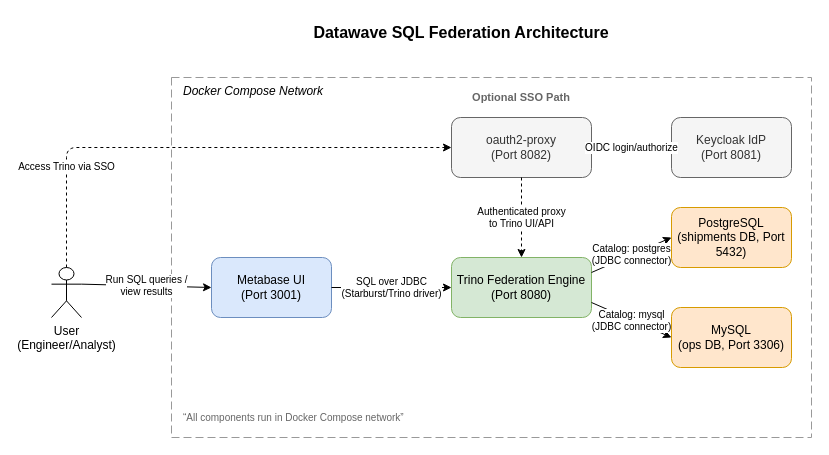
Above: screenshots/Architecture.drawio in nilanjan-nandi2910/datawave-sql-federation (draw.io), before the change. Source tidied: cells renumbered, new cells numbered last; positions are measured from the earlier drawing's top-left corner, leaving out a move shared by most shapes. Both pictures are drawn from the tidied source at 100%, with x=0, y=0 at pixel (51, 17).
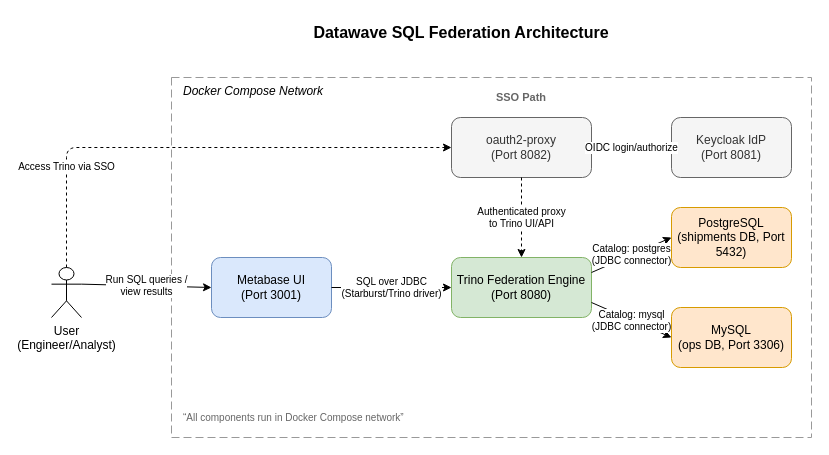
The same page after the edit.

Diff of the diagram source:
```diff
@@
 <mxGraphModel>
   <root>
     <mxCell id="0" />
     <mxCell id="1" parent="0" />
     <mxCell id="2" value="Datawave SQL Federation Architecture" style="text;html=1;strokeColor=none;fillColor=none;align=center;verticalAlign=middle;whiteSpace=wrap;rounded=0;fontSize=16;fontStyle=1;" parent="1" vertex="1">
       <mxGeometry x="110" width="600" height="30" as="geometry" />
     </mxCell>
     <mxCell id="3" value="Docker Compose Network" style="rounded=0;whiteSpace=wrap;html=1;fillColor=none;dashed=1;dashPattern=8 4;strokeColor=#999999;verticalAlign=top;align=left;spacingLeft=10;fontSize=12;fontStyle=2;" parent="1" vertex="1">
       <mxGeometry x="120" y="60" width="640" height="360" as="geometry" />
     </mxCell>
     <mxCell id="4" value="User&#10;(Engineer/Analyst)" style="shape=umlActor;verticalLabelPosition=bottom;verticalAlign=top;html=1;outlineConnect=0;" parent="1" vertex="1">
       <mxGeometry y="250" width="30" height="50" as="geometry" />
     </mxCell>
     <mxCell id="5" value="Metabase UI&#10;(Port 3001)" style="rounded=1;whiteSpace=wrap;html=1;fillColor=#dae8fc;strokeColor=#6c8ebf;" parent="1" vertex="1">
       <mxGeometry x="160" y="240" width="120" height="60" as="geometry" />
     </mxCell>
     <mxCell id="6" value="Trino Federation Engine&#10;(Port 8080)" style="rounded=1;whiteSpace=wrap;html=1;fillColor=#d5e8d4;strokeColor=#82b366;" parent="1" vertex="1">
       <mxGeometry x="400" y="240" width="140" height="60" as="geometry" />
     </mxCell>
     <mxCell id="7" value="PostgreSQL&#10;(shipments DB, Port 5432)" style="rounded=1;whiteSpace=wrap;html=1;fillColor=#ffe6cc;strokeColor=#d79b00;" parent="1" vertex="1">
       <mxGeometry x="620" y="190" width="120" height="60" as="geometry" />
     </mxCell>
     <mxCell id="8" value="MySQL&#10;(ops DB, Port 3306)" style="rounded=1;whiteSpace=wrap;html=1;fillColor=#ffe6cc;strokeColor=#d79b00;" parent="1" vertex="1">
       <mxGeometry x="620" y="290" width="120" height="60" as="geometry" />
     </mxCell>
     <mxCell id="9" value="oauth2-proxy&#10;(Port 8082)" style="rounded=1;whiteSpace=wrap;html=1;fillColor=#f5f5f5;strokeColor=#666666;fontColor=#333333;" parent="1" vertex="1">
       <mxGeometry x="400" y="100" width="140" height="60" as="geometry" />
     </mxCell>
     <mxCell id="10" value="Keycloak IdP&#10;(Port 8081)" style="rounded=1;whiteSpace=wrap;html=1;fillColor=#f5f5f5;strokeColor=#666666;fontColor=#333333;" parent="1" vertex="1">
       <mxGeometry x="620" y="100" width="120" height="60" as="geometry" />
     </mxCell>
     <mxCell id="11" value="Run SQL queries /&#10;view results" style="endArrow=classic;html=1;exitX=1;exitY=0.333;exitDx=0;exitDy=0;exitPerimeter=0;entryX=0;entryY=0.5;entryDx=0;entryDy=0;fontSize=10;" parent="1" edge="1" source="4" target="5">
       <mxGeometry relative="1" as="geometry" />
     </mxCell>
     <mxCell id="12" value="SQL over JDBC&#10;(Starburst/Trino driver)" style="endArrow=classic;html=1;exitX=1;exitY=0.5;exitDx=0;exitDy=0;entryX=0;entryY=0.5;entryDx=0;entryDy=0;fontSize=10;" parent="1" edge="1" source="5" target="6">
       <mxGeometry relative="1" as="geometry" />
     </mxCell>
     <mxCell id="13" value="Catalog: postgres&#10;(JDBC connector)" style="endArrow=classic;html=1;exitX=1;exitY=0.25;exitDx=0;exitDy=0;entryX=0;entryY=0.5;entryDx=0;entryDy=0;fontSize=10;" parent="1" edge="1" source="6" target="7">
       <mxGeometry relative="1" as="geometry" />
     </mxCell>
     <mxCell id="14" value="Catalog: mysql&#10;(JDBC connector)" style="endArrow=classic;html=1;exitX=1;exitY=0.75;exitDx=0;exitDy=0;entryX=0;entryY=0.5;entryDx=0;entryDy=0;fontSize=10;" parent="1" edge="1" source="6" target="8">
       <mxGeometry relative="1" as="geometry" />
     </mxCell>
     <mxCell id="15" value="Access Trino via SSO" style="endArrow=classic;html=1;dashed=1;exitX=0.5;exitY=0;exitDx=0;exitDy=0;exitPerimeter=0;entryX=0;entryY=0.5;entryDx=0;entryDy=0;fontSize=10;edgeStyle=orthogonalEdgeStyle;" parent="1" edge="1" source="4" target="9">
       <mxGeometry x="-0.6" relative="1" as="geometry" />
     </mxCell>
     <mxCell id="16" value="OIDC login/authorize" style="endArrow=classic;html=1;dashed=1;exitX=1;exitY=0.5;exitDx=0;exitDy=0;entryX=0;entryY=0.5;entryDx=0;entryDy=0;fontSize=10;" parent="1" edge="1" source="9" target="10">
       <mxGeometry relative="1" as="geometry" />
     </mxCell>
     <mxCell id="17" value="Authenticated proxy&#10;to Trino UI/API" style="endArrow=classic;html=1;dashed=1;exitX=0.5;exitY=1;exitDx=0;exitDy=0;entryX=0.5;entryY=0;entryDx=0;entryDy=0;fontSize=10;" parent="1" edge="1" source="9" target="6">
       <mxGeometry relative="1" as="geometry" />
     </mxCell>
     <mxCell id="18" value="“All components run in Docker Compose network”" style="text;html=1;strokeColor=none;fillColor=none;align=left;verticalAlign=middle;whiteSpace=wrap;rounded=0;fontSize=10;fontColor=#666666;" parent="1" vertex="1">
       <mxGeometry x="130" y="390" width="250" height="20" as="geometry" />
     </mxCell>
-    <mxCell id="19" value="Optional SSO Path" style="text;html=1;strokeColor=none;fillColor=none;align=center;verticalAlign=middle;whiteSpace=wrap;rounded=0;fontSize=11;fontStyle=1;fontColor=#666666;" parent="1" vertex="1">
+    <mxCell id="19" value="SSO Path" style="text;html=1;strokeColor=none;fillColor=none;align=center;verticalAlign=middle;whiteSpace=wrap;rounded=0;fontSize=11;fontStyle=1;fontColor=#666666;" parent="1" vertex="1">
       <mxGeometry x="400" y="70" width="140" height="20" as="geometry" />
     </mxCell>
   </root>
 </mxGraphModel>
```
